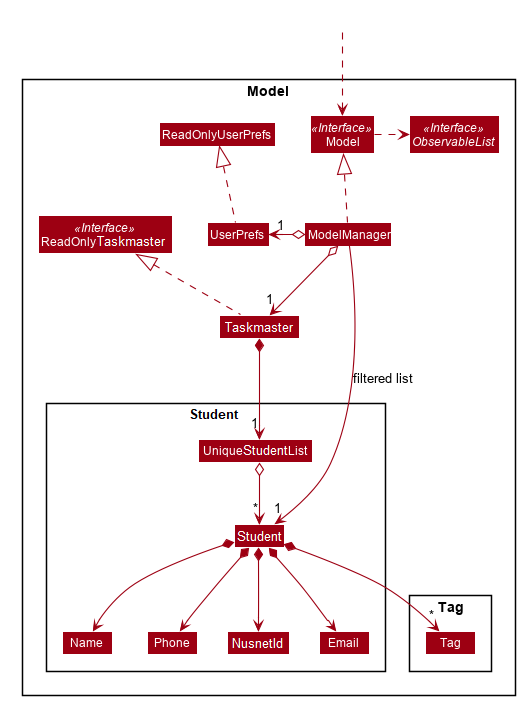
This is docs/images/ModelClassDiagram.png from nus-cs2103-AY2021S1/tp, a PlantUML export, as it was before one commit.
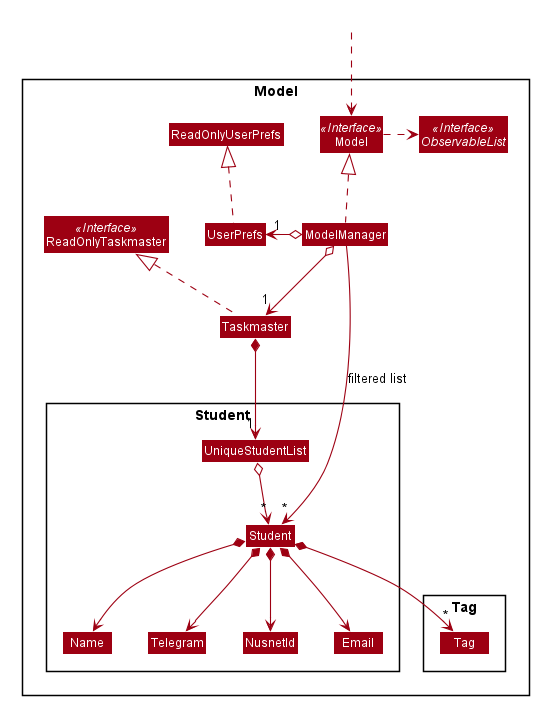
After the commit.

Commit message:
Fix model diagram

Change to the diagram source:
```diff
@@ -52,23 +52,23 @@
 skinparam classBackgroundColor #9D0012
 
 Package Model <<Rectangle>>{
-Interface ReadOnlyAddressBook <<Interface>>
+Interface ReadOnlyTaskmaster <<Interface>>
 Interface Model <<Interface>>
 Interface ObservableList <<Interface>>
-Class AddressBook
-Class ReadOnlyAddressBook
+Class Taskmaster
+Class ReadOnlyTaskmaster
 Class Model
 Class ModelManager
 Class UserPrefs
 Class ReadOnlyUserPrefs
 
-Package Person {
-Class Person
-Class Address
+Package Student {
+Class Student
+Class NusnetId
 Class Email
 Class Name
-Class Phone
-Class UniquePersonList
+Class Telegram
+Class UniqueStudentList
 }
 
 Package Tag {
@@ -79,25 +79,25 @@
 Class HiddenOutside #FFFFFF
 HiddenOutside ..> Model
 
-AddressBook .up.|> ReadOnlyAddressBook
+Taskmaster .up.|> ReadOnlyTaskmaster
 
 ModelManager .up.|> Model
 Model .right.> ObservableList
-ModelManager o--> "1" AddressBook
+ModelManager o--> "1" Taskmaster
 ModelManager o-left-> "1" UserPrefs
 UserPrefs .up.|> ReadOnlyUserPrefs
 
-AddressBook *--> "1" UniquePersonList
-UniquePersonList o--> "*" Person
-Person *--> Name
-Person *--> Phone
-Person *--> Email
-Person *--> Address
-Person *--> "*" Tag
+Taskmaster *--> "1" UniqueStudentList
+UniqueStudentList o--> "*" Student
+Student *--> Name
+Student *--> Telegram
+Student *--> Email
+Student *--> NusnetId
+Student *--> "*" Tag
 
-Name -[hidden]right-> Phone
-Phone -[hidden]right-> Address
-Address -[hidden]right-> Email
+Name -[hidden]right-> Telegram
+Telegram -[hidden]right-> NusnetId
+NusnetId -[hidden]right-> Email
 
-ModelManager -->"1" Person : filtered list
+ModelManager -->"*" Student : filtered list
 @enduml
```
